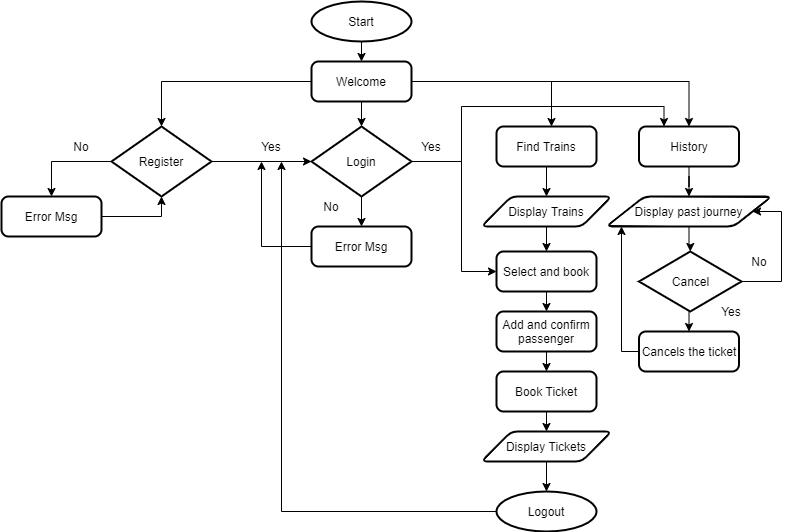
Before: src/com/ttms/frontend/Icons/ttmsflowchart.png, a diagram exported from draw.io (rushii1192/trainTicketManagementSystem). Source tidied: cells renumbered, new cells last; positions are measured from the earlier drawing's top-left corner, leaving out a move shared by most shapes.
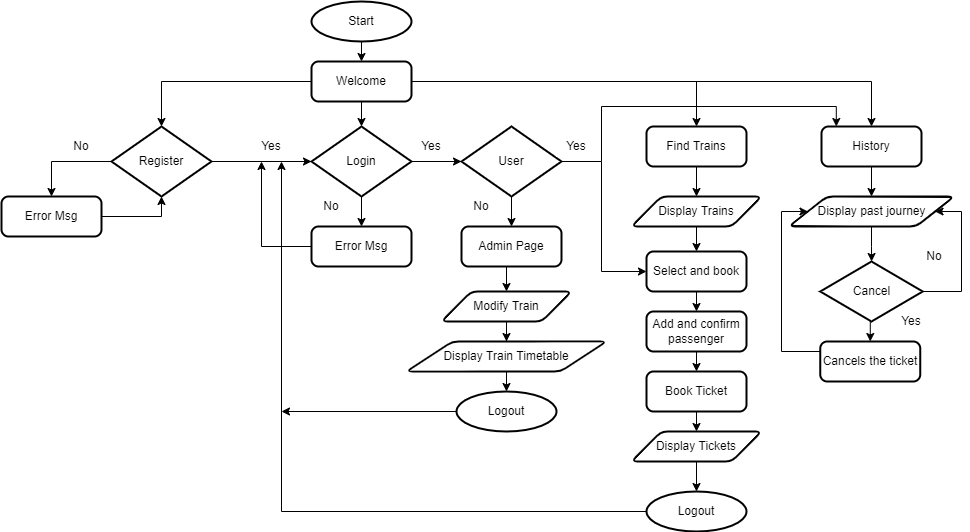
Above is the later version.

Change to the diagram source:
```diff
@@ -8,9 +8,11 @@
     <mxCell id="3" value="Start" style="strokeWidth=2;html=1;shape=mxgraph.flowchart.start_1;whiteSpace=wrap;" parent="1" vertex="1">
       <mxGeometry x="310" width="100" height="40" as="geometry" />
     </mxCell>
-    <mxCell id="4" style="edgeStyle=orthogonalEdgeStyle;rounded=0;jettySize=auto;html=1;entryX=0.5;entryY=0;entryDx=0;entryDy=0;entryPerimeter=0;" parent="1" edge="1" source="8">
+    <mxCell id="4" style="edgeStyle=orthogonalEdgeStyle;rounded=0;jettySize=auto;html=1;entryX=0.5;entryY=0;entryDx=0;entryDy=0;" parent="1" edge="1" source="8" target="16">
       <mxGeometry relative="1" as="geometry">
-        <mxPoint x="550" y="125" as="targetPoint" />
+        <Array as="points">
+          <mxPoint x="695" y="80" />
+        </Array>
       </mxGeometry>
     </mxCell>
     <mxCell id="5" style="edgeStyle=orthogonalEdgeStyle;rounded=0;jettySize=auto;html=1;entryX=0.5;entryY=0;entryDx=0;entryDy=0;entryPerimeter=0;" parent="1" edge="1" source="8" target="11">
@@ -45,50 +47,11 @@
     <mxCell id="14" value="No" style="rounded=0;whiteSpace=wrap;html=1;strokeColor=#FFFFFF;" parent="1" vertex="1">
       <mxGeometry x="60" y="135" width="40" height="20" as="geometry" />
     </mxCell>
-    <mxCell id="15" style="edgeStyle=orthogonalEdgeStyle;rounded=0;jettySize=auto;html=1;entryX=0.5;entryY=0;entryDx=0;entryDy=0;" parent="1" edge="1" source="16" target="18">
-      <mxGeometry relative="1" as="geometry" />
-    </mxCell>
-    <mxCell id="16" value="Find Trains" style="rounded=1;whiteSpace=wrap;html=1;absoluteArcSize=1;arcSize=14;strokeWidth=2;" parent="1" vertex="1">
-      <mxGeometry x="495" y="125" width="100" height="40" as="geometry" />
-    </mxCell>
-    <mxCell id="17" style="edgeStyle=orthogonalEdgeStyle;rounded=0;jettySize=auto;html=1;" parent="1" edge="1" source="18" target="20">
-      <mxGeometry relative="1" as="geometry" />
-    </mxCell>
-    <mxCell id="18" value="Display Trains" style="shape=parallelogram;html=1;strokeWidth=2;perimeter=parallelogramPerimeter;whiteSpace=wrap;rounded=1;arcSize=12;size=0.23;" parent="1" vertex="1">
-      <mxGeometry x="480" y="195" width="130" height="30" as="geometry" />
-    </mxCell>
-    <mxCell id="19" style="edgeStyle=orthogonalEdgeStyle;rounded=0;jettySize=auto;html=1;exitX=0.5;exitY=1;exitDx=0;exitDy=0;entryX=0.5;entryY=0;entryDx=0;entryDy=0;" parent="1" edge="1" source="20" target="22">
-      <mxGeometry relative="1" as="geometry" />
-    </mxCell>
-    <mxCell id="20" value="Select and book" style="rounded=1;whiteSpace=wrap;html=1;absoluteArcSize=1;arcSize=14;strokeWidth=2;" parent="1" vertex="1">
-      <mxGeometry x="495" y="250" width="100" height="40" as="geometry" />
-    </mxCell>
-    <mxCell id="21" style="edgeStyle=orthogonalEdgeStyle;rounded=0;jettySize=auto;html=1;exitX=0.5;exitY=1;exitDx=0;exitDy=0;entryX=0.5;entryY=0;entryDx=0;entryDy=0;" parent="1" edge="1" source="22" target="24">
-      <mxGeometry relative="1" as="geometry" />
-    </mxCell>
-    <mxCell id="22" value="Add and confirm passenger" style="rounded=1;whiteSpace=wrap;html=1;absoluteArcSize=1;arcSize=14;strokeWidth=2;" parent="1" vertex="1">
-      <mxGeometry x="495" y="310" width="100" height="40" as="geometry" />
-    </mxCell>
-    <mxCell id="23" style="edgeStyle=orthogonalEdgeStyle;rounded=0;jettySize=auto;html=1;exitX=0.5;exitY=1;exitDx=0;exitDy=0;entryX=0.5;entryY=0;entryDx=0;entryDy=0;" parent="1" edge="1" source="24" target="26">
-      <mxGeometry relative="1" as="geometry" />
-    </mxCell>
-    <mxCell id="24" value="Book Ticket" style="rounded=1;whiteSpace=wrap;html=1;absoluteArcSize=1;arcSize=14;strokeWidth=2;" parent="1" vertex="1">
-      <mxGeometry x="495" y="370" width="100" height="40" as="geometry" />
-    </mxCell>
-    <mxCell id="25" style="edgeStyle=orthogonalEdgeStyle;rounded=0;jettySize=auto;html=1;exitX=0.5;exitY=1;exitDx=0;exitDy=0;entryX=0.5;entryY=0;entryDx=0;entryDy=0;entryPerimeter=0;" parent="1" edge="1" source="26" target="28">
-      <mxGeometry relative="1" as="geometry" />
-    </mxCell>
-    <mxCell id="26" value="Display Tickets" style="shape=parallelogram;html=1;strokeWidth=2;perimeter=parallelogramPerimeter;whiteSpace=wrap;rounded=1;arcSize=12;size=0.23;" parent="1" vertex="1">
-      <mxGeometry x="480" y="430" width="130" height="30" as="geometry" />
-    </mxCell>
-    <mxCell id="27" style="edgeStyle=orthogonalEdgeStyle;rounded=0;jettySize=auto;html=1;" parent="1" edge="1" source="28">
+    <mxCell id="27" style="edgeStyle=orthogonalEdgeStyle;rounded=0;jettySize=auto;html=1;exitX=0;exitY=0.5;exitDx=0;exitDy=0;exitPerimeter=0;" parent="1" edge="1" source="51">
       <mxGeometry relative="1" as="geometry">
         <mxPoint x="280" y="160" as="targetPoint" />
       </mxGeometry>
     </mxCell>
-    <mxCell id="28" value="Logout" style="strokeWidth=2;html=1;shape=mxgraph.flowchart.start_1;whiteSpace=wrap;" parent="1" vertex="1">
-      <mxGeometry x="495" y="490" width="100" height="40" as="geometry" />
-    </mxCell>
     <mxCell id="29" style="edgeStyle=orthogonalEdgeStyle;rounded=0;jettySize=auto;html=1;" parent="1" edge="1" source="30">
       <mxGeometry relative="1" as="geometry">
         <mxPoint x="260" y="160" as="targetPoint" />
@@ -97,26 +60,12 @@
     <mxCell id="30" value="Error Msg" style="rounded=1;whiteSpace=wrap;html=1;absoluteArcSize=1;arcSize=14;strokeWidth=2;" parent="1" vertex="1">
       <mxGeometry x="310" y="225" width="100" height="40" as="geometry" />
     </mxCell>
-    <mxCell id="31" style="edgeStyle=orthogonalEdgeStyle;rounded=0;jettySize=auto;html=1;entryX=0;entryY=0.5;entryDx=0;entryDy=0;" parent="1" edge="1" source="34" target="20">
-      <mxGeometry relative="1" as="geometry">
-        <Array as="points">
-          <mxPoint x="460" y="160" />
-          <mxPoint x="460" y="270" />
-        </Array>
-      </mxGeometry>
-    </mxCell>
     <mxCell id="32" style="edgeStyle=orthogonalEdgeStyle;rounded=0;jettySize=auto;html=1;exitX=0.5;exitY=1;exitDx=0;exitDy=0;exitPerimeter=0;entryX=0.5;entryY=0;entryDx=0;entryDy=0;" parent="1" edge="1" source="34" target="30">
       <mxGeometry relative="1" as="geometry" />
     </mxCell>
-    <mxCell id="33" style="edgeStyle=orthogonalEdgeStyle;rounded=0;jettySize=auto;html=1;entryX=0.25;entryY=0;entryDx=0;entryDy=0;" parent="1" edge="1" source="34" target="39">
-      <mxGeometry relative="1" as="geometry">
-        <Array as="points">
-          <mxPoint x="460" y="160" />
-          <mxPoint x="460" y="105" />
-          <mxPoint x="663" y="105" />
-        </Array>
-      </mxGeometry>
-    </mxCell>
+    <mxCell id="49" style="edgeStyle=orthogonalEdgeStyle;rounded=0;jettySize=auto;html=1;entryX=0;entryY=0.5;entryDx=0;entryDy=0;entryPerimeter=0;" parent="1" edge="1" source="34" target="54">
+      <mxGeometry relative="1" as="geometry" />
+    </mxCell>
     <mxCell id="34" value="Login" style="strokeWidth=2;html=1;shape=mxgraph.flowchart.decision;whiteSpace=wrap;" parent="1" vertex="1">
       <mxGeometry x="310" y="125" width="100" height="70" as="geometry" />
     </mxCell>
@@ -133,19 +82,19 @@
       <mxGeometry relative="1" as="geometry" />
     </mxCell>
     <mxCell id="39" value="History" style="rounded=1;whiteSpace=wrap;html=1;absoluteArcSize=1;arcSize=14;strokeWidth=2;" parent="1" vertex="1">
-      <mxGeometry x="637.5" y="125" width="100" height="40" as="geometry" />
+      <mxGeometry x="820" y="125" width="100" height="40" as="geometry" />
     </mxCell>
     <mxCell id="40" style="edgeStyle=orthogonalEdgeStyle;rounded=0;jettySize=auto;html=1;exitX=0.5;exitY=1;exitDx=0;exitDy=0;" parent="1" edge="1" source="41" target="44">
       <mxGeometry relative="1" as="geometry" />
     </mxCell>
     <mxCell id="41" value="Display past journey" style="shape=parallelogram;html=1;strokeWidth=2;perimeter=parallelogramPerimeter;whiteSpace=wrap;rounded=1;arcSize=12;size=0.23;" parent="1" vertex="1">
-      <mxGeometry x="605" y="195" width="165" height="30" as="geometry" />
+      <mxGeometry x="787.5" y="195" width="165" height="30" as="geometry" />
     </mxCell>
-    <mxCell id="42" style="edgeStyle=orthogonalEdgeStyle;rounded=0;jettySize=auto;html=1;entryX=1;entryY=0.5;entryDx=0;entryDy=0;" parent="1" edge="1" source="44" target="41">
+    <mxCell id="42" style="edgeStyle=orthogonalEdgeStyle;rounded=0;jettySize=auto;html=1;entryX=1;entryY=0.5;entryDx=0;entryDy=0;exitX=1;exitY=0.5;exitDx=0;exitDy=0;exitPerimeter=0;" parent="1" edge="1" source="44" target="41">
       <mxGeometry relative="1" as="geometry">
         <Array as="points">
-          <mxPoint x="780" y="280" />
-          <mxPoint x="780" y="210" />
+          <mxPoint x="960" y="290" />
+          <mxPoint x="960" y="210" />
         </Array>
       </mxGeometry>
     </mxCell>
@@ -153,25 +102,118 @@
       <mxGeometry relative="1" as="geometry" />
     </mxCell>
     <mxCell id="44" value="Cancel" style="strokeWidth=2;html=1;shape=mxgraph.flowchart.decision;whiteSpace=wrap;" parent="1" vertex="1">
-      <mxGeometry x="637.5" y="250" width="102.5" height="60" as="geometry" />
+      <mxGeometry x="818.8" y="260" width="102.5" height="60" as="geometry" />
     </mxCell>
     <mxCell id="45" value="No" style="rounded=0;whiteSpace=wrap;html=1;strokeColor=#FFFFFF;" parent="1" vertex="1">
-      <mxGeometry x="737.5" y="250" width="40" height="20" as="geometry" />
+      <mxGeometry x="912.5" y="245" width="40" height="20" as="geometry" />
     </mxCell>
-    <mxCell id="46" style="edgeStyle=orthogonalEdgeStyle;rounded=0;jettySize=auto;html=1;" parent="1" edge="1" source="47">
+    <mxCell id="46" style="edgeStyle=orthogonalEdgeStyle;rounded=0;jettySize=auto;html=1;entryX=0;entryY=0.5;entryDx=0;entryDy=0;" parent="1" edge="1" source="47" target="41">
       <mxGeometry relative="1" as="geometry">
-        <mxPoint x="620" y="225" as="targetPoint" />
         <Array as="points">
-          <mxPoint x="620" y="350" />
-          <mxPoint x="620" y="225" />
+          <mxPoint x="780" y="350" />
+          <mxPoint x="780" y="210" />
         </Array>
       </mxGeometry>
     </mxCell>
     <mxCell id="47" value="Cancels the ticket" style="rounded=1;whiteSpace=wrap;html=1;absoluteArcSize=1;arcSize=14;strokeWidth=2;" parent="1" vertex="1">
-      <mxGeometry x="637.5" y="330" width="100" height="40" as="geometry" />
+      <mxGeometry x="818.8" y="340" width="100" height="40" as="geometry" />
     </mxCell>
     <mxCell id="48" value="Yes" style="rounded=0;whiteSpace=wrap;html=1;strokeColor=#FFFFFF;" parent="1" vertex="1">
-      <mxGeometry x="710" y="300" width="40" height="20" as="geometry" />
+      <mxGeometry x="890" y="310" width="40" height="20" as="geometry" />
     </mxCell>
+    <mxCell id="15" style="edgeStyle=orthogonalEdgeStyle;rounded=0;jettySize=auto;html=1;entryX=0.5;entryY=0;entryDx=0;entryDy=0;" parent="1" edge="1" source="16" target="18">
+      <mxGeometry relative="1" as="geometry" />
+    </mxCell>
+    <mxCell id="16" value="Find Trains" style="rounded=1;whiteSpace=wrap;html=1;absoluteArcSize=1;arcSize=14;strokeWidth=2;" parent="1" vertex="1">
+      <mxGeometry x="645" y="125" width="100" height="40" as="geometry" />
+    </mxCell>
+    <mxCell id="17" style="edgeStyle=orthogonalEdgeStyle;rounded=0;jettySize=auto;html=1;" parent="1" edge="1" source="18" target="20">
+      <mxGeometry relative="1" as="geometry" />
+    </mxCell>
+    <mxCell id="18" value="Display Trains" style="shape=parallelogram;html=1;strokeWidth=2;perimeter=parallelogramPerimeter;whiteSpace=wrap;rounded=1;arcSize=12;size=0.23;" parent="1" vertex="1">
+      <mxGeometry x="630" y="195" width="130" height="30" as="geometry" />
+    </mxCell>
+    <mxCell id="19" style="edgeStyle=orthogonalEdgeStyle;rounded=0;jettySize=auto;html=1;exitX=0.5;exitY=1;exitDx=0;exitDy=0;entryX=0.5;entryY=0;entryDx=0;entryDy=0;" parent="1" edge="1" source="20" target="22">
+      <mxGeometry relative="1" as="geometry" />
+    </mxCell>
+    <mxCell id="20" value="Select and book" style="rounded=1;whiteSpace=wrap;html=1;absoluteArcSize=1;arcSize=14;strokeWidth=2;" parent="1" vertex="1">
+      <mxGeometry x="645" y="250" width="100" height="40" as="geometry" />
+    </mxCell>
+    <mxCell id="21" style="edgeStyle=orthogonalEdgeStyle;rounded=0;jettySize=auto;html=1;exitX=0.5;exitY=1;exitDx=0;exitDy=0;entryX=0.5;entryY=0;entryDx=0;entryDy=0;" parent="1" edge="1" source="22" target="24">
+      <mxGeometry relative="1" as="geometry" />
+    </mxCell>
+    <mxCell id="22" value="Add and confirm passenger" style="rounded=1;whiteSpace=wrap;html=1;absoluteArcSize=1;arcSize=14;strokeWidth=2;" parent="1" vertex="1">
+      <mxGeometry x="645" y="310" width="100" height="40" as="geometry" />
+    </mxCell>
+    <mxCell id="23" style="edgeStyle=orthogonalEdgeStyle;rounded=0;jettySize=auto;html=1;exitX=0.5;exitY=1;exitDx=0;exitDy=0;entryX=0.5;entryY=0;entryDx=0;entryDy=0;" parent="1" edge="1" source="24" target="26">
+      <mxGeometry relative="1" as="geometry" />
+    </mxCell>
+    <mxCell id="24" value="Book Ticket" style="rounded=1;whiteSpace=wrap;html=1;absoluteArcSize=1;arcSize=14;strokeWidth=2;" parent="1" vertex="1">
+      <mxGeometry x="645" y="370" width="100" height="40" as="geometry" />
+    </mxCell>
+    <mxCell id="50" style="edgeStyle=orthogonalEdgeStyle;rounded=0;jettySize=auto;html=1;exitX=0.5;exitY=1;exitDx=0;exitDy=0;entryX=0.5;entryY=0;entryDx=0;entryDy=0;entryPerimeter=0;" parent="1" edge="1" source="26" target="51">
+      <mxGeometry relative="1" as="geometry" />
+    </mxCell>
+    <mxCell id="26" value="Display Tickets" style="shape=parallelogram;html=1;strokeWidth=2;perimeter=parallelogramPerimeter;whiteSpace=wrap;rounded=1;arcSize=12;size=0.23;" parent="1" vertex="1">
+      <mxGeometry x="630" y="430" width="130" height="30" as="geometry" />
+    </mxCell>
+    <mxCell id="51" value="Logout" style="strokeWidth=2;html=1;shape=mxgraph.flowchart.start_1;whiteSpace=wrap;" parent="1" vertex="1">
+      <mxGeometry x="645" y="490" width="100" height="40" as="geometry" />
+    </mxCell>
+    <mxCell id="52" style="edgeStyle=orthogonalEdgeStyle;rounded=0;jettySize=auto;html=1;entryX=0.148;entryY=0;entryDx=0;entryDy=0;entryPerimeter=0;" parent="1" edge="1" source="54" target="39">
+      <mxGeometry relative="1" as="geometry">
+        <Array as="points">
+          <mxPoint x="600" y="160" />
+          <mxPoint x="600" y="105" />
+          <mxPoint x="835" y="105" />
+        </Array>
+      </mxGeometry>
+    </mxCell>
+    <mxCell id="53" style="edgeStyle=orthogonalEdgeStyle;rounded=0;jettySize=auto;html=1;exitX=0.5;exitY=1;exitDx=0;exitDy=0;exitPerimeter=0;entryX=0.5;entryY=0;entryDx=0;entryDy=0;" parent="1" edge="1" source="54" target="57">
+      <mxGeometry relative="1" as="geometry" />
+    </mxCell>
+    <mxCell id="54" value="User" style="strokeWidth=2;html=1;shape=mxgraph.flowchart.decision;whiteSpace=wrap;" parent="1" vertex="1">
+      <mxGeometry x="460" y="125" width="100" height="70" as="geometry" />
+    </mxCell>
+    <mxCell id="55" value="Yes" style="rounded=0;whiteSpace=wrap;html=1;strokeColor=#FFFFFF;" parent="1" vertex="1">
+      <mxGeometry x="555" y="135" width="40" height="20" as="geometry" />
+    </mxCell>
+    <mxCell id="56" style="edgeStyle=orthogonalEdgeStyle;rounded=0;jettySize=auto;html=1;exitX=0.5;exitY=1;exitDx=0;exitDy=0;entryX=0.5;entryY=0;entryDx=0;entryDy=0;" parent="1" edge="1" source="57" target="59">
+      <mxGeometry relative="1" as="geometry" />
+    </mxCell>
+    <mxCell id="57" value="Admin Page" style="rounded=1;whiteSpace=wrap;html=1;absoluteArcSize=1;arcSize=14;strokeWidth=2;" parent="1" vertex="1">
+      <mxGeometry x="460" y="225" width="100" height="40" as="geometry" />
+    </mxCell>
+    <mxCell id="58" style="edgeStyle=orthogonalEdgeStyle;rounded=0;jettySize=auto;html=1;exitX=0.5;exitY=1;exitDx=0;exitDy=0;" parent="1" edge="1" source="59" target="61">
+      <mxGeometry relative="1" as="geometry" />
+    </mxCell>
+    <mxCell id="59" value="Modify Train" style="shape=parallelogram;html=1;strokeWidth=2;perimeter=parallelogramPerimeter;whiteSpace=wrap;rounded=1;arcSize=12;size=0.23;" parent="1" vertex="1">
+      <mxGeometry x="440" y="290" width="130" height="30" as="geometry" />
+    </mxCell>
+    <mxCell id="60" style="edgeStyle=orthogonalEdgeStyle;rounded=0;jettySize=auto;html=1;exitX=0.5;exitY=1;exitDx=0;exitDy=0;entryX=0.5;entryY=0;entryDx=0;entryDy=0;entryPerimeter=0;" parent="1" edge="1" source="61" target="63">
+      <mxGeometry relative="1" as="geometry" />
+    </mxCell>
+    <mxCell id="61" value="Display Train Timetable" style="shape=parallelogram;html=1;strokeWidth=2;perimeter=parallelogramPerimeter;whiteSpace=wrap;rounded=1;arcSize=12;size=0.23;" parent="1" vertex="1">
+      <mxGeometry x="405" y="340" width="200" height="30" as="geometry" />
+    </mxCell>
+    <mxCell id="62" style="edgeStyle=orthogonalEdgeStyle;rounded=0;jettySize=auto;html=1;exitX=0;exitY=0.5;exitDx=0;exitDy=0;exitPerimeter=0;" parent="1" edge="1" source="63">
+      <mxGeometry relative="1" as="geometry">
+        <mxPoint x="280" y="410" as="targetPoint" />
+      </mxGeometry>
+    </mxCell>
+    <mxCell id="63" value="Logout" style="strokeWidth=2;html=1;shape=mxgraph.flowchart.start_1;whiteSpace=wrap;" parent="1" vertex="1">
+      <mxGeometry x="455" y="390" width="100" height="40" as="geometry" />
+    </mxCell>
+    <mxCell id="64" style="endArrow=classic;html=1;rounded=0;entryX=0;entryY=0.5;entryDx=0;entryDy=0;" parent="1" edge="1" target="20">
+      <mxGeometry relative="1" as="geometry">
+        <mxPoint x="600" y="160" as="sourcePoint" />
+        <Array as="points">
+          <mxPoint x="600" y="270" />
+        </Array>
+      </mxGeometry>
+    </mxCell>
+    <mxCell id="65" value="No" style="rounded=0;whiteSpace=wrap;html=1;strokeColor=#FFFFFF;" parent="1" vertex="1">
+      <mxGeometry x="460" y="195" width="40" height="20" as="geometry" />
+    </mxCell>
   </root>
 </mxGraphModel>
```
